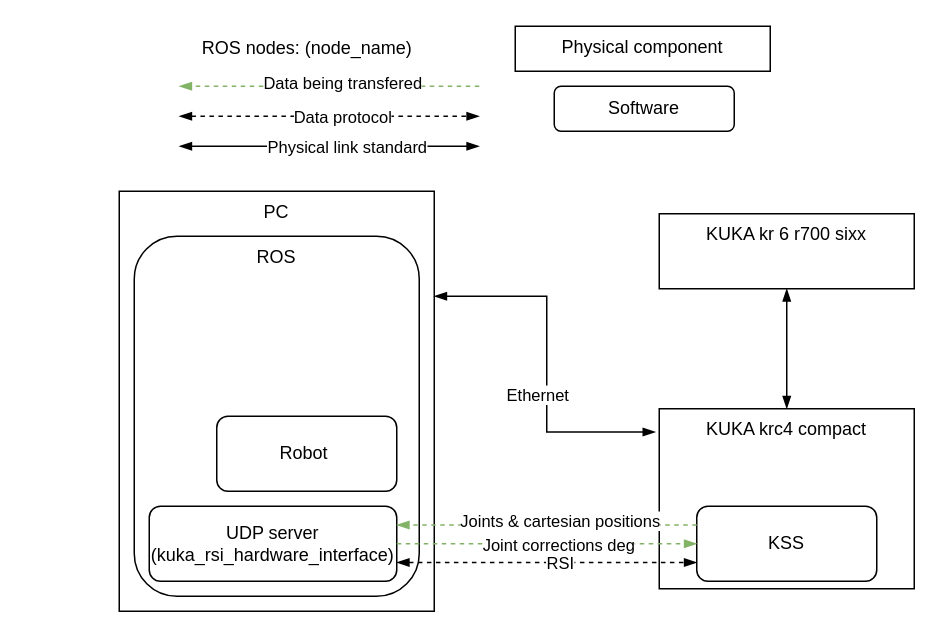
Before: src/Unavngivet diagram.drawio in kasperfg16/p8_sewbot, a draw.io diagram. Source tidied: cells renumbered, new cells numbered last; positions are measured from the earlier drawing's top-left corner, leaving out a move shared by most shapes. Both pictures are drawn from the tidied source at 150%, with x=0, y=0 at pixel (118, 26).
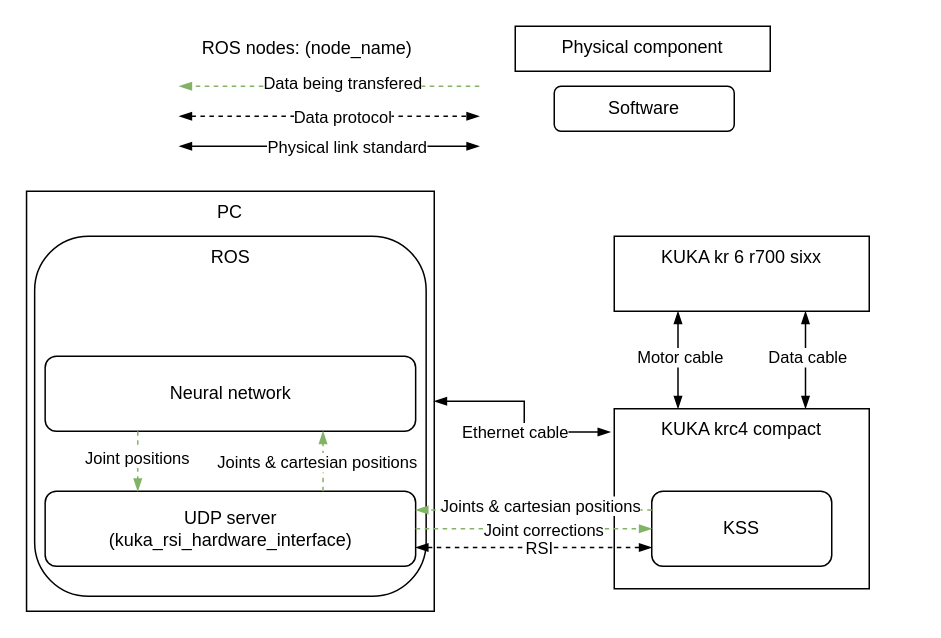
Above is the later version.

Unchanged cells that the change refers to:
```xml
<mxCell id="9" value="KUKA krc4 compact" style="rounded=0;whiteSpace=wrap;html=1;verticalAlign=top;" parent="8" vertex="1">
  <mxGeometry width="170" height="120" as="geometry" />
</mxCell>
<mxCell id="18" style="edgeStyle=orthogonalEdgeStyle;rounded=0;jettySize=auto;html=1;exitX=0;exitY=0.25;exitDx=0;exitDy=0;dashed=1;endArrow=blockThin;endFill=1;startArrow=none;startFill=0;fillColor=#d5e8d4;strokeColor=#82b366;entryX=1;entryY=0.25;entryDx=0;entryDy=0;" parent="1" edge="1" source="10" target="7">
  <mxGeometry relative="1" as="geometry" />
</mxCell>
```

What changed in the source:
```diff
@@
     <mxCell id="2" value="KUKA kr 6 r700 sixx" style="rounded=0;whiteSpace=wrap;html=1;verticalAlign=top;" parent="1" vertex="1">
-      <mxGeometry x="360" y="125" width="170" height="50" as="geometry" />
+      <mxGeometry x="330" y="140" width="170" height="50" as="geometry" />
     </mxCell>
     <mxCell id="3" style="group;" parent="1" vertex="1">
-      <mxGeometry x="40" y="110" width="170" height="280" as="geometry" />
+      <mxGeometry x="-10" y="110" width="220" height="280" as="geometry" />
     </mxCell>
     <mxCell id="4" value="PC" style="rounded=0;whiteSpace=wrap;html=1;verticalAlign=top;" parent="3" vertex="1">
-      <mxGeometry x="-40" width="210" height="280" as="geometry" />
+      <mxGeometry x="-51.8" width="271.8" height="280" as="geometry" />
     </mxCell>
     <mxCell id="5" value="ROS" style="rounded=1;whiteSpace=wrap;html=1;verticalAlign=top;" parent="3" vertex="1">
-      <mxGeometry x="-30" y="30" width="190" height="240" as="geometry" />
+      <mxGeometry x="-46.4" y="30" width="261" height="240" as="geometry" />
     </mxCell>
-    <mxCell id="6" value="Robot&amp;nbsp;" style="rounded=1;whiteSpace=wrap;html=1;" parent="3" vertex="1">
-      <mxGeometry x="25" y="150" width="120" height="50" as="geometry" />
+    <mxCell id="6" value="Neural network" style="rounded=1;whiteSpace=wrap;html=1;" parent="3" vertex="1">
+      <mxGeometry x="-39.4" y="110" width="247" height="50" as="geometry" />
     </mxCell>
     <mxCell id="7" value="UDP server&lt;br&gt;(kuka_rsi_hardware_interface)" style="rounded=1;whiteSpace=wrap;html=1;" parent="3" vertex="1">
-      <mxGeometry x="-20" y="210" width="165" height="50" as="geometry" />
+      <mxGeometry x="-39.4" y="200" width="247" height="50" as="geometry" />
     </mxCell>
+    <mxCell id="30" style="edgeStyle=orthogonalEdgeStyle;rounded=0;jettySize=auto;html=1;exitX=0.25;exitY=1;exitDx=0;exitDy=0;dashed=1;endArrow=blockThin;endFill=1;startArrow=none;startFill=0;fillColor=#d5e8d4;strokeColor=#82b366;entryX=0.25;entryY=0;entryDx=0;entryDy=0;" parent="3" edge="1" source="6" target="7">
+      <mxGeometry relative="1" as="geometry" />
+    </mxCell>
+    <mxCell id="31" value="Joint positions" style="edgeLabel;html=1;align=center;verticalAlign=middle;" parent="30" vertex="1">
+      <mxGeometry x="0.11" y="1" relative="1" as="geometry">
+        <mxPoint x="-2" y="-4" as="offset" />
+      </mxGeometry>
+    </mxCell>
+    <mxCell id="32" style="edgeStyle=orthogonalEdgeStyle;rounded=0;jettySize=auto;html=1;exitX=0.75;exitY=0;exitDx=0;exitDy=0;dashed=1;endArrow=blockThin;endFill=1;startArrow=none;startFill=0;fillColor=#d5e8d4;strokeColor=#82b366;entryX=0.75;entryY=1;entryDx=0;entryDy=0;" parent="3" edge="1" source="7" target="6">
+      <mxGeometry relative="1" as="geometry">
+        <Array as="points">
+          <mxPoint x="146" y="180" />
+          <mxPoint x="146" y="180" />
+        </Array>
+      </mxGeometry>
+    </mxCell>
+    <mxCell id="33" value="Joints &amp;amp; cartesian positions" style="edgeLabel;html=1;align=center;verticalAlign=middle;" parent="32" vertex="1">
+      <mxGeometry x="0.11" y="1" relative="1" as="geometry">
+        <mxPoint x="-3" y="2" as="offset" />
+      </mxGeometry>
+    </mxCell>
     <mxCell id="8" style="group;" parent="1" vertex="1">
-      <mxGeometry x="360" y="255" width="170" height="120" as="geometry" />
+      <mxGeometry x="330" y="255" width="170" height="120" as="geometry" />
     </mxCell>
@@
     <mxCell id="10" value="KSS" style="rounded=1;whiteSpace=wrap;html=1;" parent="8" vertex="1">
-      <mxGeometry x="25" y="65" width="120" height="50" as="geometry" />
+      <mxGeometry x="25" y="55" width="120" height="50" as="geometry" />
     </mxCell>
-    <mxCell id="11" style="edgeStyle=orthogonalEdgeStyle;rounded=0;jettySize=auto;html=1;exitX=1;exitY=0.25;exitDx=0;exitDy=0;entryX=-0.015;entryY=0.129;entryDx=0;entryDy=0;endArrow=blockThin;endFill=1;startArrow=blockThin;startFill=1;entryPerimeter=0;" parent="1" edge="1" source="4" target="9">
+    <mxCell id="11" style="edgeStyle=orthogonalEdgeStyle;rounded=0;jettySize=auto;html=1;exitX=1;exitY=0.5;exitDx=0;exitDy=0;entryX=-0.015;entryY=0.129;entryDx=0;entryDy=0;endArrow=blockThin;endFill=1;startArrow=blockThin;startFill=1;entryPerimeter=0;" parent="1" edge="1" source="4" target="9">
       <mxGeometry relative="1" as="geometry" />
     </mxCell>
-    <mxCell id="12" value="Ethernet" style="edgeLabel;html=1;align=center;verticalAlign=middle;" parent="11" vertex="1">
+    <mxCell id="12" value="Ethernet cable" style="edgeLabel;html=1;align=center;verticalAlign=middle;" parent="11" vertex="1">
       <mxGeometry x="0.18" relative="1" as="geometry">
         <mxPoint x="-7" as="offset" />
       </mxGeometry>
     </mxCell>
-    <mxCell id="13" style="edgeStyle=orthogonalEdgeStyle;rounded=0;jettySize=auto;html=1;exitX=0.5;exitY=0;exitDx=0;exitDy=0;entryX=0.5;entryY=1;entryDx=0;entryDy=0;endArrow=blockThin;endFill=1;startArrow=blockThin;startFill=1;" parent="1" edge="1" source="9" target="2">
+    <mxCell id="13" style="edgeStyle=orthogonalEdgeStyle;rounded=0;jettySize=auto;html=1;exitX=0.25;exitY=0;exitDx=0;exitDy=0;entryX=0.25;entryY=1;entryDx=0;entryDy=0;endArrow=blockThin;endFill=1;startArrow=blockThin;startFill=1;" parent="1" edge="1" source="9" target="2">
       <mxGeometry relative="1" as="geometry" />
     </mxCell>
-    <mxCell id="14" style="edgeStyle=orthogonalEdgeStyle;rounded=0;jettySize=auto;html=1;dashed=1;endArrow=blockThin;endFill=1;startArrow=none;startFill=0;fillColor=#d5e8d4;strokeColor=#82b366;entryX=0;entryY=0.5;entryDx=0;entryDy=0;exitX=1;exitY=0.5;exitDx=0;exitDy=0;" parent="1" edge="1" source="7" target="10">
-      <mxGeometry relative="1" as="geometry">
-        <Array as="points">
-          <mxPoint x="200" y="345" />
-          <mxPoint x="200" y="345" />
-        </Array>
-      </mxGeometry>
-    </mxCell>
-    <mxCell id="15" value="Joint corrections deg" style="edgeLabel;html=1;align=center;verticalAlign=middle;" parent="14" vertex="1">
-      <mxGeometry x="0.11" y="1" relative="1" as="geometry">
-        <mxPoint x="-4" y="1" as="offset" />
-      </mxGeometry>
-    </mxCell>
+    <mxCell id="34" value="Motor cable " style="edgeLabel;html=1;align=center;verticalAlign=middle;" parent="13" vertex="1">
+      <mxGeometry x="0.25" y="-1" relative="1" as="geometry">
+        <mxPoint y="6" as="offset" />
+      </mxGeometry>
+    </mxCell>
@@
     <mxCell id="19" value="Joints &amp;amp; cartesian positions" style="edgeLabel;html=1;align=center;verticalAlign=middle;" parent="18" vertex="1">
       <mxGeometry x="0.11" y="1" relative="1" as="geometry">
-        <mxPoint x="19" y="-4" as="offset" />
+        <mxPoint x="12" y="-4" as="offset" />
       </mxGeometry>
     </mxCell>
@@
+    <mxCell id="35" style="edgeStyle=orthogonalEdgeStyle;rounded=0;jettySize=auto;html=1;exitX=0.75;exitY=0;exitDx=0;exitDy=0;entryX=0.75;entryY=1;entryDx=0;entryDy=0;endArrow=blockThin;endFill=1;startArrow=blockThin;startFill=1;" parent="1" edge="1" source="9" target="2">
+      <mxGeometry relative="1" as="geometry" />
+    </mxCell>
+    <mxCell id="36" value="Data cable " style="edgeLabel;html=1;align=center;verticalAlign=middle;" parent="35" vertex="1">
+      <mxGeometry x="0.25" y="-1" relative="1" as="geometry">
+        <mxPoint y="6" as="offset" />
+      </mxGeometry>
+    </mxCell>
+    <mxCell id="14" style="edgeStyle=orthogonalEdgeStyle;rounded=0;jettySize=auto;html=1;exitX=1;exitY=0.5;exitDx=0;exitDy=0;dashed=1;endArrow=blockThin;endFill=1;startArrow=none;startFill=0;fillColor=#d5e8d4;strokeColor=#82b366;entryX=0;entryY=0.5;entryDx=0;entryDy=0;" parent="1" edge="1" source="7" target="10">
+      <mxGeometry relative="1" as="geometry" />
+    </mxCell>
+    <mxCell id="37" value="Joint corrections" style="edgeLabel;html=1;align=center;verticalAlign=middle;" parent="14" vertex="1">
+      <mxGeometry x="0.11" y="1" relative="1" as="geometry">
+        <mxPoint x="-2" y="1" as="offset" />
+      </mxGeometry>
+    </mxCell>
```
